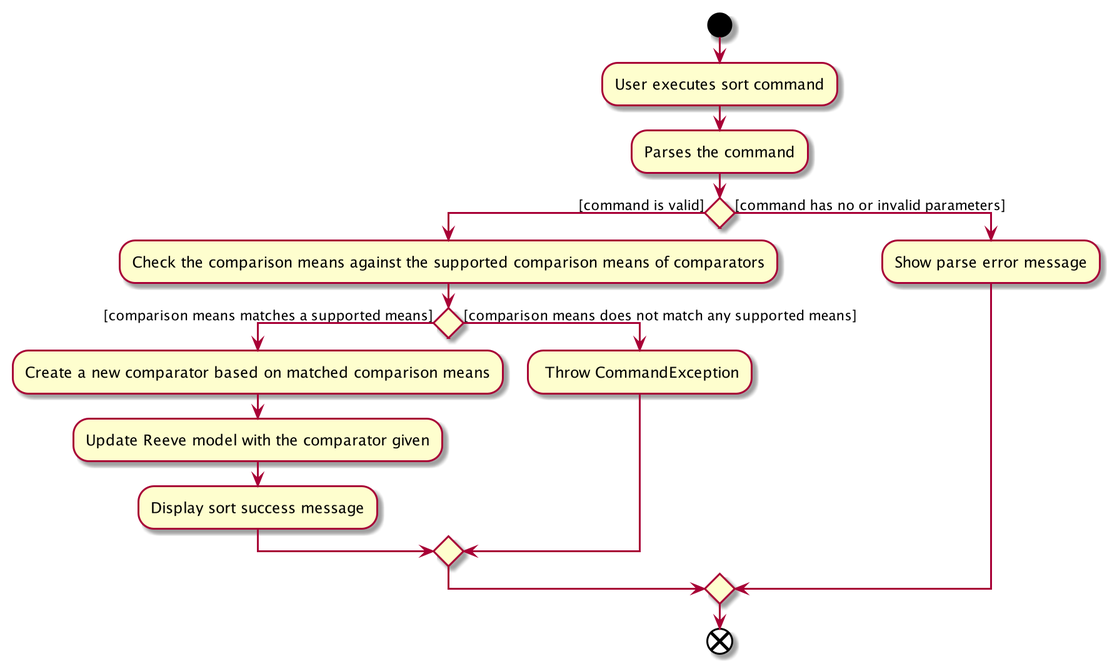
The PlantUML diagram docs/images/SortCommandActivityDiagram.png in nus-cs2103-AY2021S1/tp, before a commit. Its diagram source:
```plantuml
@startuml
start
:User executes sort command;
:Parses the command;
if () then ([command is valid])
    :Check the comparison means against the supported comparison means of comparators;
    if () then ([comparison means matches a supported means])
    :Create a new comparator based on matched comparison means;
    :Update Reeve model with the comparator given;
    :Display sort success message;
    else ([comparison means does not match any supported means])
    : Throw CommandException;
    endif
else ([command has no or invalid parameters])
    :Show parse error message;
endif
end
@enduml
```
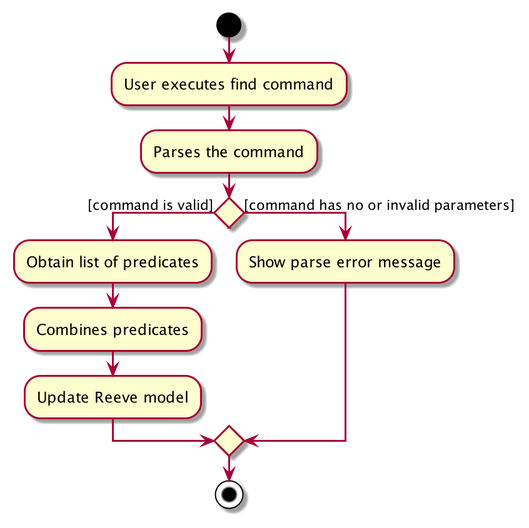
The same diagram one commit later.

What changed in the source:
```diff
@@ -1,18 +1,15 @@
 @startuml
 start
-:User executes sort command;
+:User executes find command;
 :Parses the command;
 if () then ([command is valid])
-    :Check the comparison means against the supported comparison means of comparators;
-    if () then ([comparison means matches a supported means])
-    :Create a new comparator based on matched comparison means;
-    :Update Reeve model with the comparator given;
-    :Display sort success message;
-    else ([comparison means does not match any supported means])
-    : Throw CommandException;
-    endif
+    :Obtain list of predicates;
+    :Combines predicates;
+    :Update Reeve model;
+
 else ([command has no or invalid parameters])
     :Show parse error message;
+
 endif
-end
+stop
 @enduml
```
